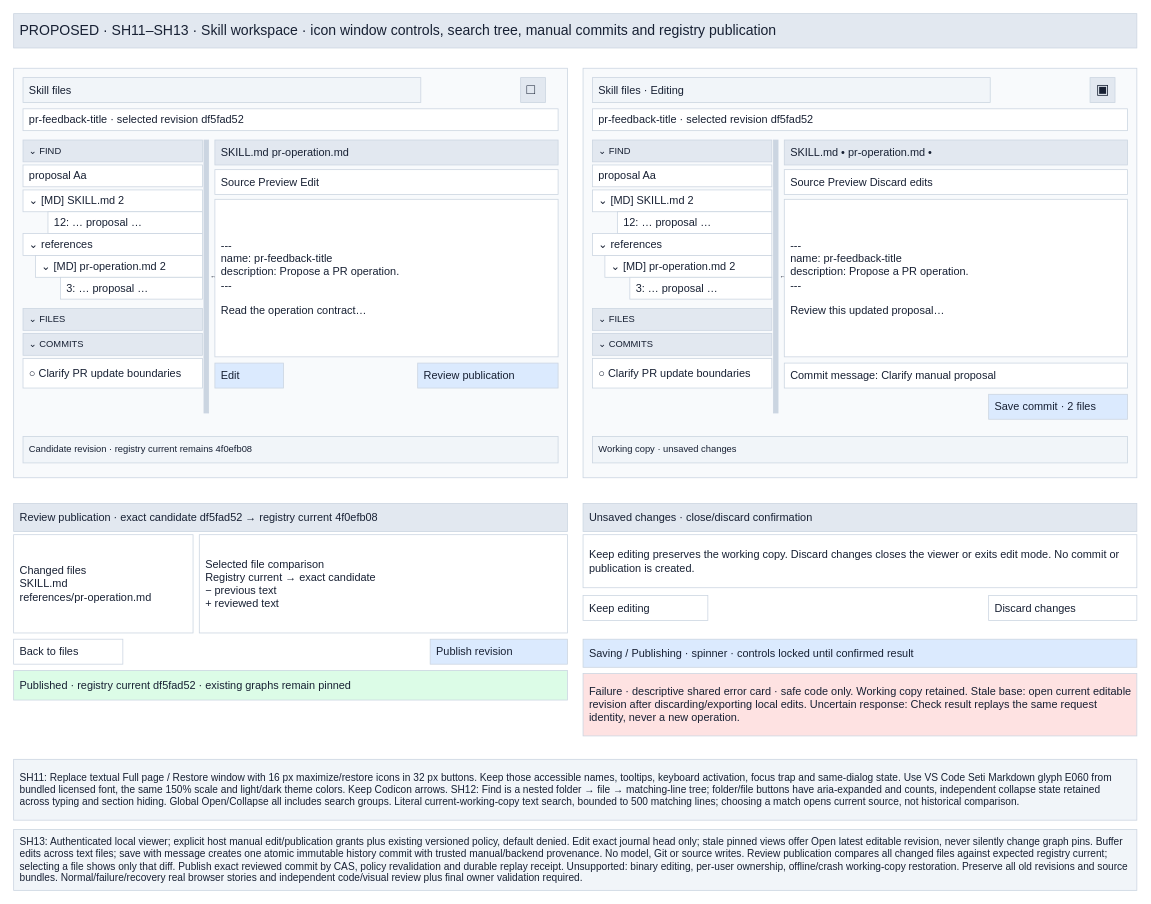
Before: page "Skill workspace editing and publication" (6 of 6) of projects/laomedo/subsystems/skill-registry/design/skill-files.drawio in amadou-6e/specs, a draw.io diagram. Source tidied: cells renumbered, new cells numbered last; positions are measured from the earlier drawing's top-left corner, leaving out a move shared by most shapes. Both pictures are drawn from the tidied source at 78%, with x=0, y=0 at pixel (13, 13).
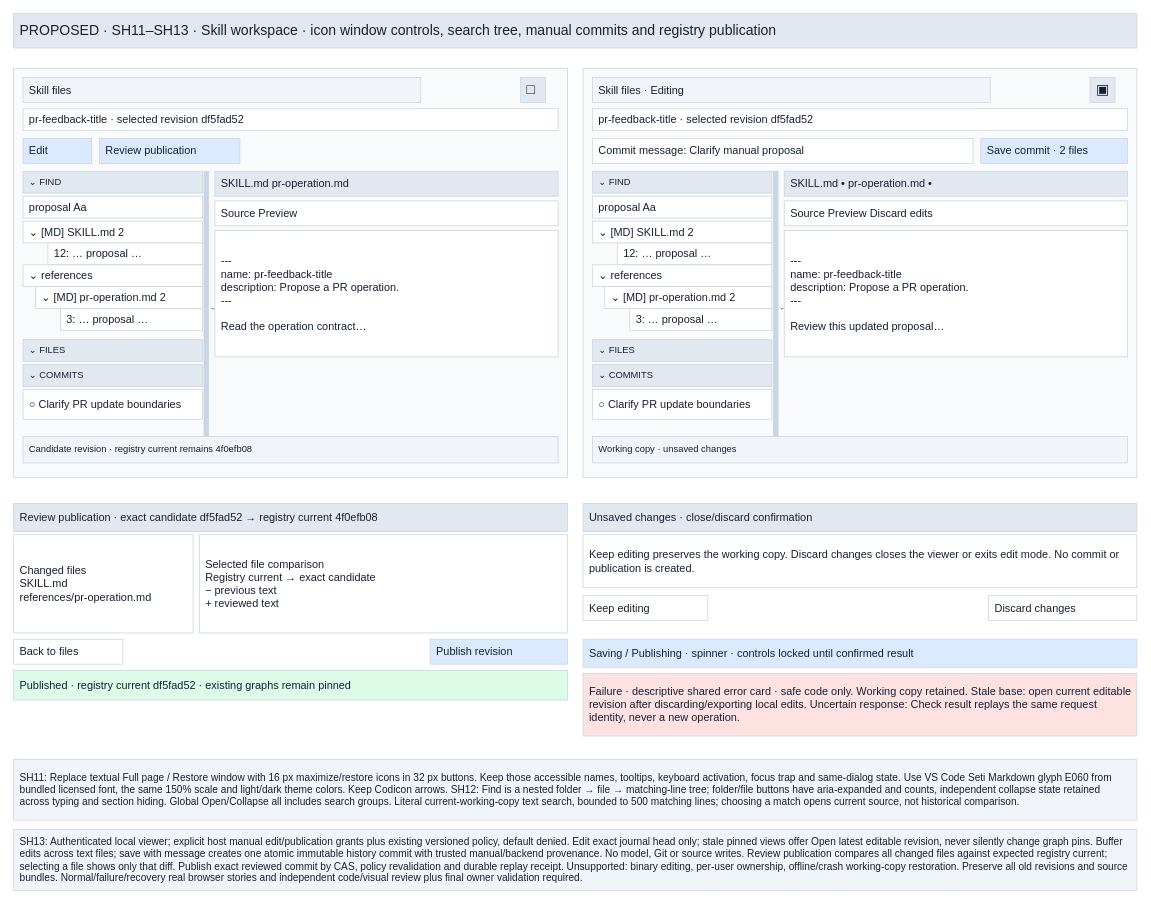
The same page after the edit.

Commit message (it also covers changes not shown here):
Specify manual Skill failure recovery and exact publication review

Diff of the diagram source:
```diff
@@
     <mxCell id="7" value="⌄ FIND" style="rounded=0;whiteSpace=wrap;html=0;fillColor=#e2e8f0;strokeColor=#cbd5e1;fontColor=#172033;fontFamily=Arial;fontSize=12;align=left;verticalAlign=middle;spacing=8;" parent="1" vertex="1">
-      <mxGeometry x="12" y="162" width="230" height="28" as="geometry" />
+      <mxGeometry x="12" y="202" width="230" height="28" as="geometry" />
     </mxCell>
     <mxCell id="8" value="proposal                               Aa" style="rounded=0;whiteSpace=wrap;html=0;fillColor=#ffffff;strokeColor=#cbd5e1;fontColor=#172033;fontFamily=Arial;fontSize=14;align=left;verticalAlign=middle;spacing=8;" parent="1" vertex="1">
-      <mxGeometry x="12" y="194" width="230" height="28" as="geometry" />
+      <mxGeometry x="12" y="234" width="230" height="28" as="geometry" />
     </mxCell>
     <mxCell id="9" value="⌄ [MD] SKILL.md   2" style="rounded=0;whiteSpace=wrap;html=0;fillColor=#ffffff;strokeColor=#cbd5e1;fontColor=#172033;fontFamily=Arial;fontSize=14;align=left;verticalAlign=middle;spacing=8;" parent="1" vertex="1">
-      <mxGeometry x="12" y="226" width="230" height="28" as="geometry" />
+      <mxGeometry x="12" y="266" width="230" height="28" as="geometry" />
     </mxCell>
     <mxCell id="10" value="12: … proposal …" style="rounded=0;whiteSpace=wrap;html=0;fillColor=#ffffff;strokeColor=#cbd5e1;fontColor=#172033;fontFamily=Arial;fontSize=14;align=left;verticalAlign=middle;spacing=8;" parent="1" vertex="1">
-      <mxGeometry x="44" y="254" width="198" height="28" as="geometry" />
+      <mxGeometry x="44" y="294" width="198" height="28" as="geometry" />
     </mxCell>
     <mxCell id="11" value="⌄ references" style="rounded=0;whiteSpace=wrap;html=0;fillColor=#ffffff;strokeColor=#cbd5e1;fontColor=#172033;fontFamily=Arial;fontSize=14;align=left;verticalAlign=middle;spacing=8;" parent="1" vertex="1">
-      <mxGeometry x="12" y="282" width="230" height="28" as="geometry" />
+      <mxGeometry x="12" y="322" width="230" height="28" as="geometry" />
     </mxCell>
     <mxCell id="12" value="⌄ [MD] pr-operation.md   2" style="rounded=0;whiteSpace=wrap;html=0;fillColor=#ffffff;strokeColor=#cbd5e1;fontColor=#172033;fontFamily=Arial;fontSize=14;align=left;verticalAlign=middle;spacing=8;" parent="1" vertex="1">
-      <mxGeometry x="28" y="310" width="214" height="28" as="geometry" />
+      <mxGeometry x="28" y="350" width="214" height="28" as="geometry" />
     </mxCell>
     <mxCell id="13" value="3: … proposal …" style="rounded=0;whiteSpace=wrap;html=0;fillColor=#ffffff;strokeColor=#cbd5e1;fontColor=#172033;fontFamily=Arial;fontSize=14;align=left;verticalAlign=middle;spacing=8;" parent="1" vertex="1">
-      <mxGeometry x="60" y="338" width="182" height="28" as="geometry" />
+      <mxGeometry x="60" y="378" width="182" height="28" as="geometry" />
     </mxCell>
     <mxCell id="14" value="⌄ FILES" style="rounded=0;whiteSpace=wrap;html=0;fillColor=#e2e8f0;strokeColor=#cbd5e1;fontColor=#172033;fontFamily=Arial;fontSize=12;align=left;verticalAlign=middle;spacing=8;" parent="1" vertex="1">
-      <mxGeometry x="12" y="378" width="230" height="28" as="geometry" />
+      <mxGeometry x="12" y="418" width="230" height="28" as="geometry" />
     </mxCell>
     <mxCell id="15" value="⌄ COMMITS" style="rounded=0;whiteSpace=wrap;html=0;fillColor=#e2e8f0;strokeColor=#cbd5e1;fontColor=#172033;fontFamily=Arial;fontSize=12;align=left;verticalAlign=middle;spacing=8;" parent="1" vertex="1">
-      <mxGeometry x="12" y="410" width="230" height="28" as="geometry" />
+      <mxGeometry x="12" y="450" width="230" height="28" as="geometry" />
     </mxCell>
     <mxCell id="16" value="○ Clarify PR update boundaries" style="rounded=0;whiteSpace=wrap;html=0;fillColor=#ffffff;strokeColor=#cbd5e1;fontColor=#172033;fontFamily=Arial;fontSize=14;align=left;verticalAlign=middle;spacing=8;" parent="1" vertex="1">
-      <mxGeometry x="12" y="442" width="230" height="38" as="geometry" />
+      <mxGeometry x="12" y="482" width="230" height="38" as="geometry" />
     </mxCell>
     <mxCell id="17" value="↔" style="rounded=0;whiteSpace=wrap;html=0;fillColor=#cbd5e1;strokeColor=#cbd5e1;fontColor=#172033;fontFamily=Arial;fontSize=9;align=left;verticalAlign=middle;spacing=8;" parent="1" vertex="1">
-      <mxGeometry x="244" y="162" width="6" height="350" as="geometry" />
+      <mxGeometry x="244" y="202" width="6" height="350" as="geometry" />
     </mxCell>
     <mxCell id="18" value="SKILL.md      pr-operation.md" style="rounded=0;whiteSpace=wrap;html=0;fillColor=#e2e8f0;strokeColor=#cbd5e1;fontColor=#172033;fontFamily=Arial;fontSize=14;align=left;verticalAlign=middle;spacing=8;" parent="1" vertex="1">
-      <mxGeometry x="258" y="162" width="440" height="32" as="geometry" />
+      <mxGeometry x="258" y="202" width="440" height="32" as="geometry" />
     </mxCell>
-    <mxCell id="19" value="Source      Preview              Edit" style="rounded=0;whiteSpace=wrap;html=0;fillColor=#ffffff;strokeColor=#cbd5e1;fontColor=#172033;fontFamily=Arial;fontSize=14;align=left;verticalAlign=middle;spacing=8;" parent="1" vertex="1">
-      <mxGeometry x="258" y="200" width="440" height="32" as="geometry" />
+    <mxCell id="19" value="Source      Preview" style="rounded=0;whiteSpace=wrap;html=0;fillColor=#ffffff;strokeColor=#cbd5e1;fontColor=#172033;fontFamily=Arial;fontSize=14;align=left;verticalAlign=middle;spacing=8;" parent="1" vertex="1">
+      <mxGeometry x="258" y="240" width="440" height="32" as="geometry" />
     </mxCell>
     <mxCell id="20" value="---&#10;name: pr-feedback-title&#10;description: Propose a PR operation.&#10;---&#10;&#10;Read the operation contract…" style="rounded=0;whiteSpace=wrap;html=0;fillColor=#ffffff;strokeColor=#cbd5e1;fontColor=#172033;fontFamily=Arial;fontSize=14;align=left;verticalAlign=middle;spacing=8;" parent="1" vertex="1">
-      <mxGeometry x="258" y="238" width="440" height="202" as="geometry" />
+      <mxGeometry x="258" y="278" width="440" height="162" as="geometry" />
     </mxCell>
     <mxCell id="21" value="Edit" style="rounded=0;whiteSpace=wrap;html=0;fillColor=#dbeafe;strokeColor=#cbd5e1;fontColor=#172033;fontFamily=Arial;fontSize=14;align=left;verticalAlign=middle;spacing=8;" parent="1" vertex="1">
-      <mxGeometry x="258" y="448" width="88" height="32" as="geometry" />
+      <mxGeometry x="12" y="160" width="88" height="32" as="geometry" />
     </mxCell>
     <mxCell id="22" value="Review publication" style="rounded=0;whiteSpace=wrap;html=0;fillColor=#dbeafe;strokeColor=#cbd5e1;fontColor=#172033;fontFamily=Arial;fontSize=14;align=left;verticalAlign=middle;spacing=8;" parent="1" vertex="1">
-      <mxGeometry x="518" y="448" width="180" height="32" as="geometry" />
+      <mxGeometry x="110" y="160" width="180" height="32" as="geometry" />
     </mxCell>
@@
     <mxCell id="28" value="⌄ FIND" style="rounded=0;whiteSpace=wrap;html=0;fillColor=#e2e8f0;strokeColor=#cbd5e1;fontColor=#172033;fontFamily=Arial;fontSize=12;align=left;verticalAlign=middle;spacing=8;" parent="1" vertex="1">
-      <mxGeometry x="742" y="162" width="230" height="28" as="geometry" />
+      <mxGeometry x="742" y="202" width="230" height="28" as="geometry" />
     </mxCell>
     <mxCell id="29" value="proposal                               Aa" style="rounded=0;whiteSpace=wrap;html=0;fillColor=#ffffff;strokeColor=#cbd5e1;fontColor=#172033;fontFamily=Arial;fontSize=14;align=left;verticalAlign=middle;spacing=8;" parent="1" vertex="1">
-      <mxGeometry x="742" y="194" width="230" height="28" as="geometry" />
+      <mxGeometry x="742" y="234" width="230" height="28" as="geometry" />
     </mxCell>
     <mxCell id="30" value="⌄ [MD] SKILL.md   2" style="rounded=0;whiteSpace=wrap;html=0;fillColor=#ffffff;strokeColor=#cbd5e1;fontColor=#172033;fontFamily=Arial;fontSize=14;align=left;verticalAlign=middle;spacing=8;" parent="1" vertex="1">
-      <mxGeometry x="742" y="226" width="230" height="28" as="geometry" />
+      <mxGeometry x="742" y="266" width="230" height="28" as="geometry" />
     </mxCell>
     <mxCell id="31" value="12: … proposal …" style="rounded=0;whiteSpace=wrap;html=0;fillColor=#ffffff;strokeColor=#cbd5e1;fontColor=#172033;fontFamily=Arial;fontSize=14;align=left;verticalAlign=middle;spacing=8;" parent="1" vertex="1">
-      <mxGeometry x="774" y="254" width="198" height="28" as="geometry" />
+      <mxGeometry x="774" y="294" width="198" height="28" as="geometry" />
     </mxCell>
     <mxCell id="32" value="⌄ references" style="rounded=0;whiteSpace=wrap;html=0;fillColor=#ffffff;strokeColor=#cbd5e1;fontColor=#172033;fontFamily=Arial;fontSize=14;align=left;verticalAlign=middle;spacing=8;" parent="1" vertex="1">
-      <mxGeometry x="742" y="282" width="230" height="28" as="geometry" />
+      <mxGeometry x="742" y="322" width="230" height="28" as="geometry" />
     </mxCell>
     <mxCell id="33" value="⌄ [MD] pr-operation.md   2" style="rounded=0;whiteSpace=wrap;html=0;fillColor=#ffffff;strokeColor=#cbd5e1;fontColor=#172033;fontFamily=Arial;fontSize=14;align=left;verticalAlign=middle;spacing=8;" parent="1" vertex="1">
-      <mxGeometry x="758" y="310" width="214" height="28" as="geometry" />
+      <mxGeometry x="758" y="350" width="214" height="28" as="geometry" />
     </mxCell>
     <mxCell id="34" value="3: … proposal …" style="rounded=0;whiteSpace=wrap;html=0;fillColor=#ffffff;strokeColor=#cbd5e1;fontColor=#172033;fontFamily=Arial;fontSize=14;align=left;verticalAlign=middle;spacing=8;" parent="1" vertex="1">
-      <mxGeometry x="790" y="338" width="182" height="28" as="geometry" />
+      <mxGeometry x="790" y="378" width="182" height="28" as="geometry" />
     </mxCell>
     <mxCell id="35" value="⌄ FILES" style="rounded=0;whiteSpace=wrap;html=0;fillColor=#e2e8f0;strokeColor=#cbd5e1;fontColor=#172033;fontFamily=Arial;fontSize=12;align=left;verticalAlign=middle;spacing=8;" parent="1" vertex="1">
-      <mxGeometry x="742" y="378" width="230" height="28" as="geometry" />
+      <mxGeometry x="742" y="418" width="230" height="28" as="geometry" />
     </mxCell>
     <mxCell id="36" value="⌄ COMMITS" style="rounded=0;whiteSpace=wrap;html=0;fillColor=#e2e8f0;strokeColor=#cbd5e1;fontColor=#172033;fontFamily=Arial;fontSize=12;align=left;verticalAlign=middle;spacing=8;" parent="1" vertex="1">
-      <mxGeometry x="742" y="410" width="230" height="28" as="geometry" />
+      <mxGeometry x="742" y="450" width="230" height="28" as="geometry" />
     </mxCell>
     <mxCell id="37" value="○ Clarify PR update boundaries" style="rounded=0;whiteSpace=wrap;html=0;fillColor=#ffffff;strokeColor=#cbd5e1;fontColor=#172033;fontFamily=Arial;fontSize=14;align=left;verticalAlign=middle;spacing=8;" parent="1" vertex="1">
-      <mxGeometry x="742" y="442" width="230" height="38" as="geometry" />
+      <mxGeometry x="742" y="482" width="230" height="38" as="geometry" />
     </mxCell>
     <mxCell id="38" value="↔" style="rounded=0;whiteSpace=wrap;html=0;fillColor=#cbd5e1;strokeColor=#cbd5e1;fontColor=#172033;fontFamily=Arial;fontSize=9;align=left;verticalAlign=middle;spacing=8;" parent="1" vertex="1">
-      <mxGeometry x="974" y="162" width="6" height="350" as="geometry" />
+      <mxGeometry x="974" y="202" width="6" height="350" as="geometry" />
     </mxCell>
     <mxCell id="39" value="SKILL.md •      pr-operation.md •" style="rounded=0;whiteSpace=wrap;html=0;fillColor=#e2e8f0;strokeColor=#cbd5e1;fontColor=#172033;fontFamily=Arial;fontSize=14;align=left;verticalAlign=middle;spacing=8;" parent="1" vertex="1">
-      <mxGeometry x="988" y="162" width="440" height="32" as="geometry" />
+      <mxGeometry x="988" y="202" width="440" height="32" as="geometry" />
     </mxCell>
-    <mxCell id="40" value="Source      Preview       Discard edits" style="rounded=0;whiteSpace=wrap;html=0;fillColor=#ffffff;strokeColor=#cbd5e1;fontColor=#172033;fontFamily=Arial;fontSize=14;align=left;verticalAlign=middle;spacing=8;" parent="1" vertex="1">
-      <mxGeometry x="988" y="200" width="440" height="32" as="geometry" />
+    <mxCell id="40" value="Source      Preview                  Discard edits" style="rounded=0;whiteSpace=wrap;html=0;fillColor=#ffffff;strokeColor=#cbd5e1;fontColor=#172033;fontFamily=Arial;fontSize=14;align=left;verticalAlign=middle;spacing=8;" parent="1" vertex="1">
+      <mxGeometry x="988" y="240" width="440" height="32" as="geometry" />
     </mxCell>
     <mxCell id="41" value="---&#10;name: pr-feedback-title&#10;description: Propose a PR operation.&#10;---&#10;&#10;Review this updated proposal…" style="rounded=0;whiteSpace=wrap;html=0;fillColor=#ffffff;strokeColor=#cbd5e1;fontColor=#172033;fontFamily=Arial;fontSize=14;align=left;verticalAlign=middle;spacing=8;" parent="1" vertex="1">
-      <mxGeometry x="988" y="238" width="440" height="202" as="geometry" />
+      <mxGeometry x="988" y="278" width="440" height="162" as="geometry" />
     </mxCell>
     <mxCell id="42" value="Commit message: Clarify manual proposal" style="rounded=0;whiteSpace=wrap;html=0;fillColor=#ffffff;strokeColor=#cbd5e1;fontColor=#172033;fontFamily=Arial;fontSize=14;align=left;verticalAlign=middle;spacing=8;" parent="1" vertex="1">
-      <mxGeometry x="988" y="448" width="440" height="32" as="geometry" />
+      <mxGeometry x="742" y="160" width="488" height="32" as="geometry" />
     </mxCell>
     <mxCell id="43" value="Save commit · 2 files" style="rounded=0;whiteSpace=wrap;html=0;fillColor=#dbeafe;strokeColor=#cbd5e1;fontColor=#172033;fontFamily=Arial;fontSize=14;align=left;verticalAlign=middle;spacing=8;" parent="1" vertex="1">
-      <mxGeometry x="1250" y="488" width="178" height="32" as="geometry" />
+      <mxGeometry x="1240" y="160" width="188" height="32" as="geometry" />
     </mxCell>
```
